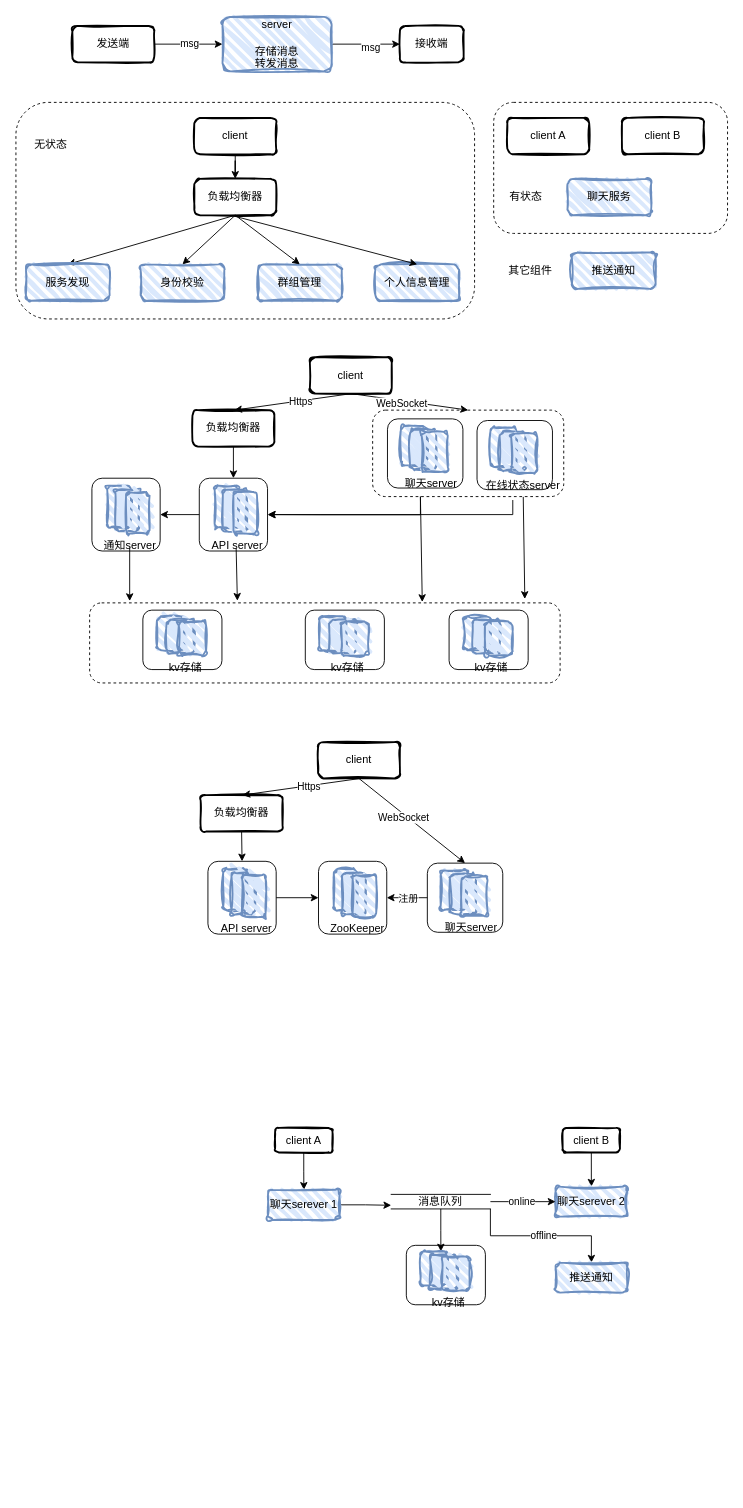
Fireplusplus/img keeps this draw.io diagram as 聊天系统.drawio. Above is the earlier version. Source tidied: cells renumbered, new cells numbered last; positions are measured from the earlier drawing's top-left corner, leaving out a move shared by most shapes. Both pictures are drawn from the tidied source at 91%, with x=0, y=0 at pixel (15, 16).
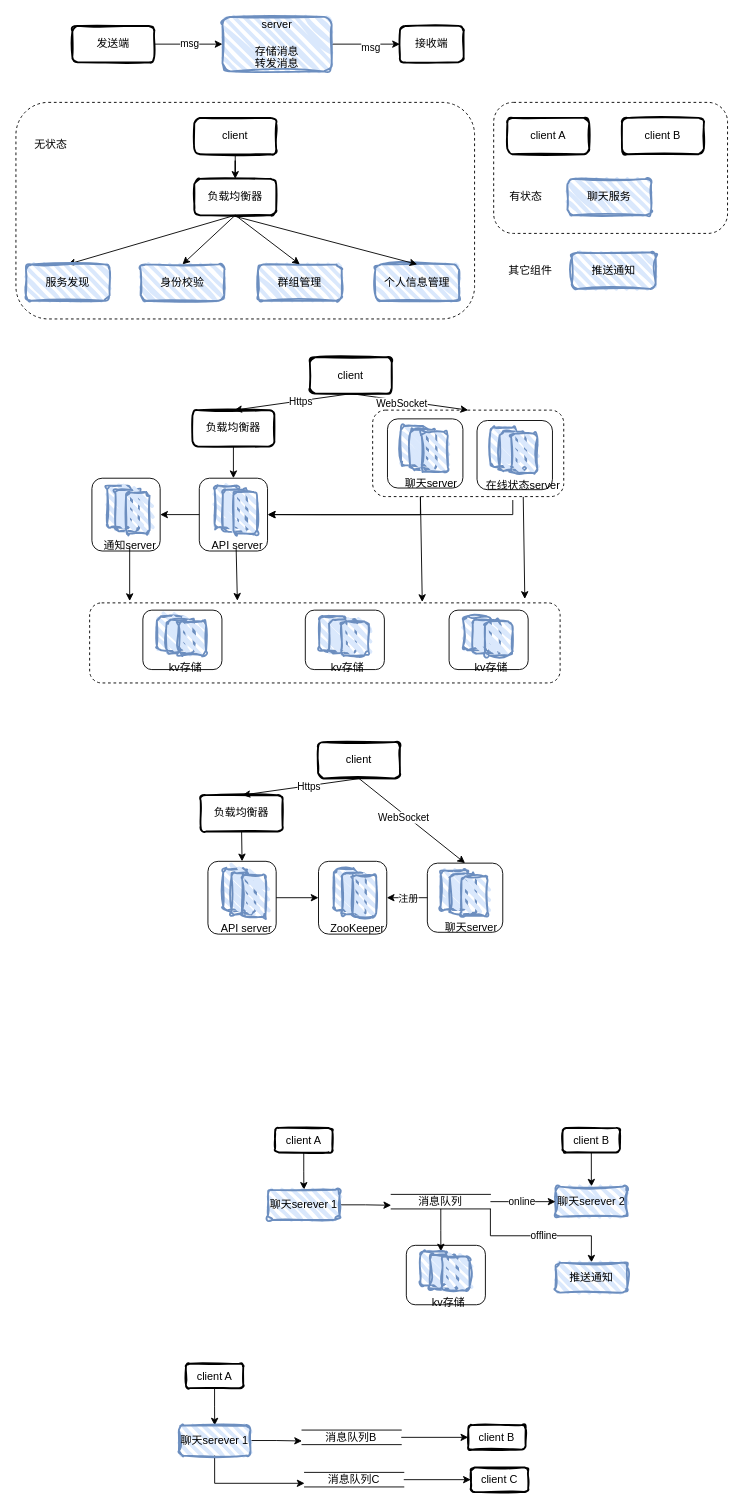
Above is the later version.

Commit message (it also covers changes not shown here):
更新聊天系统.drawio

Change to the diagram source:
```diff
@@
+    <mxCell id="132" style="edgeStyle=orthogonalEdgeStyle;rounded=0;jettySize=auto;html=1;exitX=0.5;exitY=1;exitDx=0;exitDy=0;" parent="1" edge="1" source="133" target="136">
+      <mxGeometry relative="1" as="geometry" />
+    </mxCell>
+    <mxCell id="133" value="client A" style="rounded=1;whiteSpace=wrap;html=1;strokeWidth=2;fillWeight=4;hachureGap=8;hachureAngle=45;fillColor=none;sketch=1;" parent="1" vertex="1">
+      <mxGeometry x="186.8" y="1480" width="63" height="27" as="geometry" />
+    </mxCell>
+    <mxCell id="134" style="edgeStyle=orthogonalEdgeStyle;rounded=0;jettySize=auto;html=1;exitX=1;exitY=0.5;exitDx=0;exitDy=0;entryX=0;entryY=0.75;entryDx=0;entryDy=0;" parent="1" edge="1" source="136" target="139">
+      <mxGeometry relative="1" as="geometry" />
+    </mxCell>
+    <mxCell id="135" style="edgeStyle=orthogonalEdgeStyle;rounded=0;jettySize=auto;html=1;exitX=0.5;exitY=1;exitDx=0;exitDy=0;entryX=0;entryY=0.75;entryDx=0;entryDy=0;" parent="1" edge="1" source="136" target="142">
+      <mxGeometry relative="1" as="geometry" />
+    </mxCell>
+    <mxCell id="136" value="聊天serever 1" style="rounded=1;whiteSpace=wrap;html=1;strokeWidth=2;fillWeight=4;hachureGap=8;hachureAngle=45;fillColor=#dae8fc;strokeColor=#6c8ebf;sketch=1;curveFitting=1;jiggle=2;" parent="1" vertex="1">
+      <mxGeometry x="179" y="1548" width="78.7" height="33" as="geometry" />
+    </mxCell>
+    <mxCell id="137" value="client B" style="rounded=1;whiteSpace=wrap;html=1;strokeWidth=2;fillWeight=4;hachureGap=8;hachureAngle=45;fillColor=none;sketch=1;" parent="1" vertex="1">
+      <mxGeometry x="497.1" y="1547.5" width="63" height="27" as="geometry" />
+    </mxCell>
+    <mxCell id="138" style="edgeStyle=orthogonalEdgeStyle;rounded=0;jettySize=auto;html=1;exitX=1;exitY=0.5;exitDx=0;exitDy=0;entryX=0;entryY=0.5;entryDx=0;entryDy=0;" parent="1" edge="1" source="139" target="137">
+      <mxGeometry relative="1" as="geometry" />
+    </mxCell>
+    <mxCell id="139" value="消息队列B" style="shape=partialRectangle;whiteSpace=wrap;html=1;left=0;right=0;fillColor=none;" parent="1" vertex="1">
+      <mxGeometry x="314.4" y="1553" width="109" height="16" as="geometry" />
+    </mxCell>
+    <mxCell id="140" value="client C" style="rounded=1;whiteSpace=wrap;html=1;strokeWidth=2;fillWeight=4;hachureGap=8;hachureAngle=45;fillColor=none;sketch=1;" parent="1" vertex="1">
+      <mxGeometry x="499.9" y="1594" width="63" height="27" as="geometry" />
+    </mxCell>
+    <mxCell id="141" style="edgeStyle=orthogonalEdgeStyle;rounded=0;jettySize=auto;html=1;exitX=1;exitY=0.5;exitDx=0;exitDy=0;entryX=0;entryY=0.5;entryDx=0;entryDy=0;" parent="1" edge="1" source="142" target="140">
+      <mxGeometry relative="1" as="geometry" />
+    </mxCell>
+    <mxCell id="142" value="消息队列C" style="shape=partialRectangle;whiteSpace=wrap;html=1;left=0;right=0;fillColor=none;" parent="1" vertex="1">
+      <mxGeometry x="317.2" y="1599.5" width="109" height="16" as="geometry" />
+    </mxCell>
```
